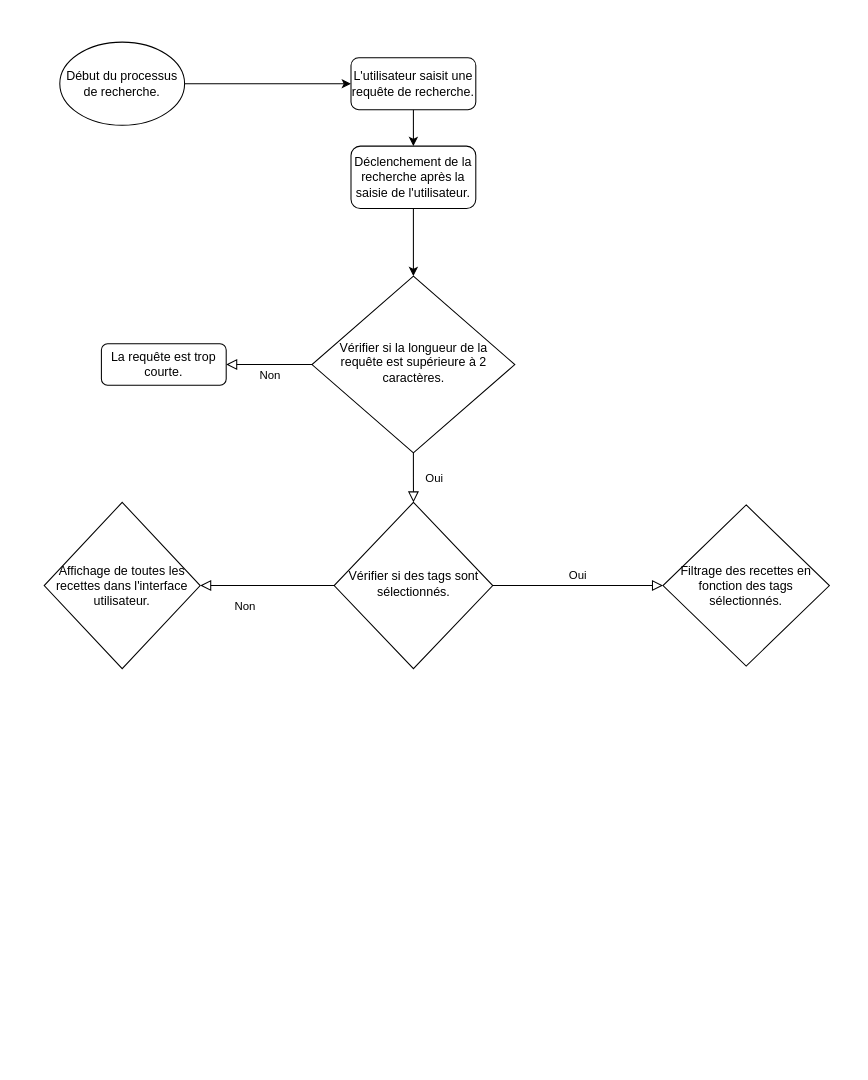
PuenaruIonutMarian/LesPetitsPlats keeps this draw.io diagram as Untitled Diagram.drawio. Above is the earlier version. Source tidied: cells renumbered, new cells numbered last; positions are measured from the earlier drawing's top-left corner, leaving out a move shared by most shapes. Both pictures are drawn from the tidied source at 104%, with x=0, y=0 at pixel (44, 42).
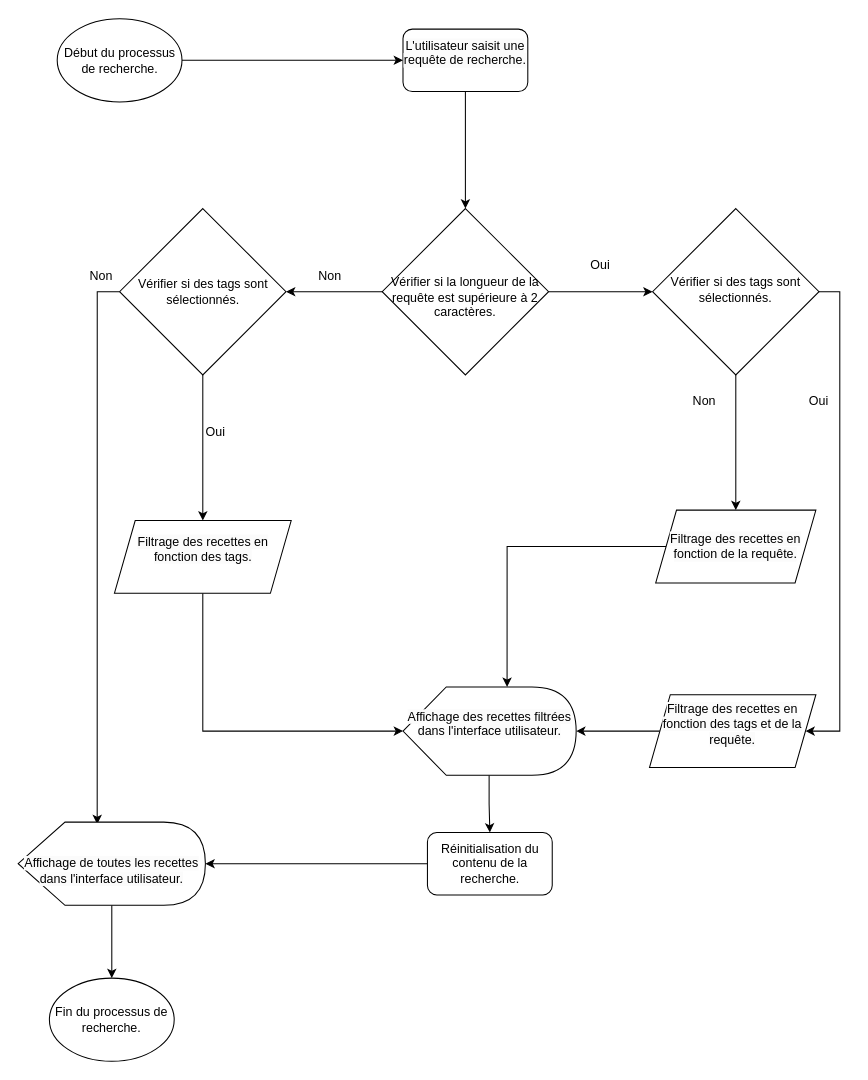
Above is the later version.

Diff of the diagram source:
```diff
@@
-    <mxCell id="2" style="edgeStyle=orthogonalEdgeStyle;rounded=0;jettySize=auto;html=1;" parent="1" edge="1" source="3" target="14">
-      <mxGeometry relative="1" as="geometry" />
-    </mxCell>
-    <mxCell id="3" value="L'utilisateur saisit une requête de recherche." style="rounded=1;whiteSpace=wrap;html=1;fontSize=12;glass=0;strokeWidth=1;shadow=0;" parent="1" vertex="1">
-      <mxGeometry x="295" y="15" width="120" height="50" as="geometry" />
-    </mxCell>
-    <mxCell id="4" value="Oui" style="rounded=0;html=1;jettySize=auto;fontSize=11;endArrow=block;endFill=0;endSize=8;strokeWidth=1;shadow=0;labelBackgroundColor=none;edgeStyle=orthogonalEdgeStyle;" parent="1" edge="1" source="6" target="10">
-      <mxGeometry y="20" relative="1" as="geometry" />
+    <mxCell id="4" style="edgeStyle=orthogonalEdgeStyle;rounded=0;jettySize=auto;html=1;entryX=0;entryY=0.5;entryDx=0;entryDy=0;" parent="1" edge="1" source="6" target="10">
+      <mxGeometry relative="1" as="geometry" />
     </mxCell>
-    <mxCell id="5" value="Non" style="edgeStyle=orthogonalEdgeStyle;rounded=0;html=1;jettySize=auto;fontSize=11;endArrow=block;endFill=0;endSize=8;strokeWidth=1;shadow=0;labelBackgroundColor=none;" parent="1" edge="1" source="6" target="7">
-      <mxGeometry y="10" relative="1" as="geometry" />
-    </mxCell>
+    <mxCell id="17" style="edgeStyle=orthogonalEdgeStyle;rounded=0;jettySize=auto;html=1;" parent="1" edge="1" source="6" target="24">
+      <mxGeometry relative="1" as="geometry" />
+    </mxCell>
-    <mxCell id="6" value="Vérifier si la longueur de la requête est supérieure à 2 caractères." style="rhombus;whiteSpace=wrap;html=1;shadow=0;fontFamily=Helvetica;fontSize=12;align=center;strokeWidth=1;spacing=6;spacingTop=-4;" parent="1" vertex="1">
-      <mxGeometry x="257.5" y="225" width="195" height="170" as="geometry" />
+    <mxCell id="6" value="&lt;br&gt;Vérifier si la longueur de la requête est supérieure à 2 caractères." style="rhombus;whiteSpace=wrap;html=1;shadow=0;fontFamily=Helvetica;fontSize=12;align=center;strokeWidth=1;spacing=6;spacingTop=-4;" parent="1" vertex="1">
+      <mxGeometry x="325" y="160" width="160" height="160" as="geometry" />
     </mxCell>
-    <mxCell id="7" value="La requête est trop courte." style="rounded=1;whiteSpace=wrap;html=1;fontSize=12;glass=0;strokeWidth=1;shadow=0;" parent="1" vertex="1">
-      <mxGeometry x="55" y="290" width="120" height="40" as="geometry" />
-    </mxCell>
-    <mxCell id="8" value="Non" style="rounded=0;html=1;jettySize=auto;fontSize=11;endArrow=block;endFill=0;endSize=8;strokeWidth=1;shadow=0;labelBackgroundColor=none;edgeStyle=orthogonalEdgeStyle;entryX=1;entryY=0.5;entryDx=0;entryDy=0;" parent="1" edge="1" source="10" target="16">
-      <mxGeometry x="0.34" y="20" relative="1" as="geometry" />
-    </mxCell>
-    <mxCell id="9" value="Oui" style="edgeStyle=orthogonalEdgeStyle;rounded=0;html=1;jettySize=auto;fontSize=11;endArrow=block;endFill=0;endSize=8;strokeWidth=1;shadow=0;labelBackgroundColor=none;" parent="1" edge="1" source="10" target="15">
-      <mxGeometry y="10" relative="1" as="geometry" />
-    </mxCell>
+    <mxCell id="18" style="edgeStyle=orthogonalEdgeStyle;rounded=0;jettySize=auto;html=1;" parent="1" edge="1" source="10" target="33">
+      <mxGeometry relative="1" as="geometry" />
+    </mxCell>
+    <mxCell id="19" style="edgeStyle=orthogonalEdgeStyle;rounded=0;jettySize=auto;html=1;entryX=1;entryY=0.5;entryDx=0;entryDy=0;exitX=1;exitY=0.5;exitDx=0;exitDy=0;" parent="1" edge="1" source="10" target="31">
+      <mxGeometry relative="1" as="geometry">
+        <Array as="points">
+          <mxPoint x="765" y="240" />
+          <mxPoint x="765" y="663" />
+        </Array>
+      </mxGeometry>
+    </mxCell>
     <mxCell id="10" value="Vérifier si des tags sont sélectionnés." style="rhombus;whiteSpace=wrap;html=1;shadow=0;fontFamily=Helvetica;fontSize=12;align=center;strokeWidth=1;spacing=6;spacingTop=-4;" parent="1" vertex="1">
-      <mxGeometry x="278.8" y="442.5" width="152.5" height="160" as="geometry" />
+      <mxGeometry x="585" y="160" width="160" height="160" as="geometry" />
     </mxCell>
-    <mxCell id="11" style="edgeStyle=orthogonalEdgeStyle;rounded=0;jettySize=auto;html=1;" parent="1" edge="1" source="12" target="3">
+    <mxCell id="11" style="edgeStyle=orthogonalEdgeStyle;rounded=0;jettySize=auto;html=1;entryX=0;entryY=0.5;entryDx=0;entryDy=0;" parent="1" edge="1" source="12" target="3">
       <mxGeometry relative="1" as="geometry" />
     </mxCell>
     <mxCell id="12" value="Début du processus de recherche." style="ellipse;whiteSpace=wrap;html=1;" parent="1" vertex="1">
-      <mxGeometry x="15" width="120" height="80" as="geometry" />
+      <mxGeometry x="12.5" y="-22.5" width="120" height="80" as="geometry" />
     </mxCell>
-    <mxCell id="13" style="edgeStyle=orthogonalEdgeStyle;rounded=0;jettySize=auto;html=1;" parent="1" edge="1" source="14" target="6">
-      <mxGeometry relative="1" as="geometry" />
-    </mxCell>
-    <mxCell id="14" value="Déclenchement de la recherche après la saisie de l'utilisateur." style="rounded=1;whiteSpace=wrap;html=1;" parent="1" vertex="1">
-      <mxGeometry x="295" y="100" width="120" height="60" as="geometry" />
-    </mxCell>
-    <mxCell id="15" value="Filtrage des recettes en fonction des tags sélectionnés." style="rhombus;whiteSpace=wrap;html=1;" parent="1" vertex="1">
-      <mxGeometry x="595" y="445" width="160" height="155" as="geometry" />
-    </mxCell>
+    <mxCell id="20" style="edgeStyle=orthogonalEdgeStyle;rounded=0;jettySize=auto;html=1;exitX=0;exitY=0;exitDx=82.8125;exitDy=85;exitPerimeter=0;" parent="1" edge="1" source="41" target="35">
+      <mxGeometry relative="1" as="geometry" />
+    </mxCell>
+    <mxCell id="21" value="Oui" style="text;html=1;strokeColor=none;fillColor=none;align=center;verticalAlign=middle;whiteSpace=wrap;rounded=0;" parent="1" vertex="1">
+      <mxGeometry x="135" y="360" width="60" height="30" as="geometry" />
+    </mxCell>
+    <mxCell id="22" style="edgeStyle=orthogonalEdgeStyle;rounded=0;jettySize=auto;html=1;entryX=0.5;entryY=0;entryDx=0;entryDy=0;" parent="1" edge="1" source="24" target="29">
+      <mxGeometry relative="1" as="geometry" />
+    </mxCell>
+    <mxCell id="23" style="edgeStyle=orthogonalEdgeStyle;rounded=0;jettySize=auto;html=1;exitX=0;exitY=0.5;exitDx=0;exitDy=0;entryX=0.422;entryY=0.025;entryDx=0;entryDy=0;entryPerimeter=0;" parent="1" edge="1" source="24" target="16">
+      <mxGeometry relative="1" as="geometry" />
+    </mxCell>
+    <mxCell id="24" value="Vérifier si des tags sont sélectionnés." style="rhombus;whiteSpace=wrap;html=1;" parent="1" vertex="1">
+      <mxGeometry x="72.5" y="160" width="160" height="160" as="geometry" />
+    </mxCell>
+    <mxCell id="25" value="Non" style="text;html=1;strokeColor=none;fillColor=none;align=center;verticalAlign=middle;whiteSpace=wrap;rounded=0;" parent="1" vertex="1">
+      <mxGeometry x="245" y="210" width="60" height="30" as="geometry" />
+    </mxCell>
+    <mxCell id="26" style="edgeStyle=orthogonalEdgeStyle;rounded=0;jettySize=auto;html=1;entryX=0;entryY=0.5;entryDx=0;entryDy=0;entryPerimeter=0;exitX=0.5;exitY=1;exitDx=0;exitDy=0;" parent="1" edge="1" source="29" target="41">
+      <mxGeometry relative="1" as="geometry" />
+    </mxCell>
+    <mxCell id="27" value="Non" style="text;html=1;strokeColor=none;fillColor=none;align=center;verticalAlign=middle;whiteSpace=wrap;rounded=0;" parent="1" vertex="1">
+      <mxGeometry x="25" y="210" width="60" height="30" as="geometry" />
+    </mxCell>
+    <mxCell id="28" value="Oui" style="text;html=1;strokeColor=none;fillColor=none;align=center;verticalAlign=middle;whiteSpace=wrap;rounded=0;" parent="1" vertex="1">
+      <mxGeometry x="505" y="200" width="60" height="30" as="geometry" />
+    </mxCell>
+    <mxCell id="29" value="&#10;&lt;span style=&quot;color: rgb(0, 0, 0); font-family: Helvetica; font-size: 12px; font-style: normal; font-variant-ligatures: normal; font-variant-caps: normal; font-weight: 400; letter-spacing: normal; orphans: 2; text-align: center; text-indent: 0px; text-transform: none; widows: 2; word-spacing: 0px; -webkit-text-stroke-width: 0px; background-color: rgb(251, 251, 251); text-decoration-thickness: initial; text-decoration-style: initial; text-decoration-color: initial; float: none; display: inline !important;&quot;&gt;Filtrage des recettes en fonction des tags.&lt;/span&gt;&#10;&#10;" style="shape=parallelogram;perimeter=parallelogramPerimeter;whiteSpace=wrap;html=1;fixedSize=1;" parent="1" vertex="1">
+      <mxGeometry x="67.5" y="460" width="170" height="70" as="geometry" />
+    </mxCell>
+    <mxCell id="30" style="edgeStyle=orthogonalEdgeStyle;rounded=0;jettySize=auto;html=1;" parent="1" edge="1" source="31" target="41">
+      <mxGeometry relative="1" as="geometry" />
+    </mxCell>
+    <mxCell id="31" value="&#10;&lt;span style=&quot;color: rgb(0, 0, 0); font-family: Helvetica; font-size: 12px; font-style: normal; font-variant-ligatures: normal; font-variant-caps: normal; font-weight: 400; letter-spacing: normal; orphans: 2; text-align: center; text-indent: 0px; text-transform: none; widows: 2; word-spacing: 0px; -webkit-text-stroke-width: 0px; background-color: rgb(251, 251, 251); text-decoration-thickness: initial; text-decoration-style: initial; text-decoration-color: initial; float: none; display: inline !important;&quot;&gt;Filtrage des recettes en fonction des tags et de la requête.&lt;/span&gt;&#10;&#10;" style="shape=parallelogram;perimeter=parallelogramPerimeter;whiteSpace=wrap;html=1;fixedSize=1;" parent="1" vertex="1">
+      <mxGeometry x="582" y="627.5" width="160" height="70" as="geometry" />
+    </mxCell>
+    <mxCell id="32" style="edgeStyle=orthogonalEdgeStyle;rounded=0;jettySize=auto;html=1;entryX=0.601;entryY=0;entryDx=0;entryDy=0;entryPerimeter=0;" parent="1" edge="1" source="33" target="41">
+      <mxGeometry relative="1" as="geometry">
+        <Array as="points">
+          <mxPoint x="445" y="485" />
+        </Array>
+      </mxGeometry>
+    </mxCell>
+    <mxCell id="33" value="&#10;&lt;br style=&quot;border-color: var(--border-color); color: rgb(0, 0, 0); font-family: Helvetica; font-size: 12px; font-style: normal; font-variant-ligatures: normal; font-variant-caps: normal; font-weight: 400; letter-spacing: normal; orphans: 2; text-align: center; text-indent: 0px; text-transform: none; widows: 2; word-spacing: 0px; -webkit-text-stroke-width: 0px; background-color: rgb(251, 251, 251); text-decoration-thickness: initial; text-decoration-style: initial; text-decoration-color: initial;&quot;&gt;&lt;span style=&quot;border-color: var(--border-color); color: rgb(0, 0, 0); font-family: Helvetica; font-size: 12px; font-style: normal; font-variant-ligatures: normal; font-variant-caps: normal; font-weight: 400; letter-spacing: normal; orphans: 2; text-align: center; text-indent: 0px; text-transform: none; widows: 2; word-spacing: 0px; -webkit-text-stroke-width: 0px; text-decoration-thickness: initial; text-decoration-style: initial; text-decoration-color: initial; background-color: rgb(251, 251, 251); float: none; display: inline !important;&quot;&gt;Filtrage des recettes en fonction de la requête.&lt;/span&gt;&lt;br style=&quot;border-color: var(--border-color); color: rgb(0, 0, 0); font-family: Helvetica; font-size: 12px; font-style: normal; font-variant-ligatures: normal; font-variant-caps: normal; font-weight: 400; letter-spacing: normal; orphans: 2; text-align: center; text-indent: 0px; text-transform: none; widows: 2; word-spacing: 0px; -webkit-text-stroke-width: 0px; background-color: rgb(251, 251, 251); text-decoration-thickness: initial; text-decoration-style: initial; text-decoration-color: initial;&quot;&gt;&#10;&#10;" style="shape=parallelogram;perimeter=parallelogramPerimeter;whiteSpace=wrap;html=1;fixedSize=1;" parent="1" vertex="1">
+      <mxGeometry x="588" y="450" width="154" height="70" as="geometry" />
+    </mxCell>
+    <mxCell id="34" style="edgeStyle=orthogonalEdgeStyle;rounded=0;jettySize=auto;html=1;entryX=1;entryY=0.5;entryDx=0;entryDy=0;entryPerimeter=0;" parent="1" edge="1" source="35" target="16">
+      <mxGeometry relative="1" as="geometry" />
+    </mxCell>
+    <mxCell id="35" value="Réinitialisation du contenu de la recherche." style="rounded=1;whiteSpace=wrap;html=1;" parent="1" vertex="1">
+      <mxGeometry x="368.5" y="760" width="120" height="60" as="geometry" />
+    </mxCell>
+    <mxCell id="36" value="Fin du processus de recherche." style="ellipse;whiteSpace=wrap;html=1;" parent="1" vertex="1">
+      <mxGeometry x="5" y="900" width="120" height="80" as="geometry" />
+    </mxCell>
+    <mxCell id="37" style="edgeStyle=orthogonalEdgeStyle;rounded=0;jettySize=auto;html=1;" parent="1" edge="1" source="3" target="6">
+      <mxGeometry relative="1" as="geometry" />
+    </mxCell>
+    <mxCell id="3" value="&#10;&lt;span style=&quot;color: rgb(0, 0, 0); font-family: Helvetica; font-size: 12px; font-style: normal; font-variant-ligatures: normal; font-variant-caps: normal; font-weight: 400; letter-spacing: normal; orphans: 2; text-align: center; text-indent: 0px; text-transform: none; widows: 2; word-spacing: 0px; -webkit-text-stroke-width: 0px; background-color: rgb(251, 251, 251); text-decoration-thickness: initial; text-decoration-style: initial; text-decoration-color: initial; float: none; display: inline !important;&quot;&gt;L'utilisateur saisit une requête de recherche.&lt;/span&gt;&#10;&#10;" style="rounded=1;whiteSpace=wrap;html=1;" parent="1" vertex="1">
+      <mxGeometry x="345" y="-12.5" width="120" height="60" as="geometry" />
+    </mxCell>
+    <mxCell id="38" value="Oui" style="text;html=1;strokeColor=none;fillColor=none;align=center;verticalAlign=middle;whiteSpace=wrap;rounded=0;" parent="1" vertex="1">
+      <mxGeometry x="715" y="330" width="60" height="30" as="geometry" />
+    </mxCell>
+    <mxCell id="39" value="Non" style="text;html=1;strokeColor=none;fillColor=none;align=center;verticalAlign=middle;whiteSpace=wrap;rounded=0;" parent="1" vertex="1">
+      <mxGeometry x="605" y="330" width="60" height="30" as="geometry" />
+    </mxCell>
+    <mxCell id="40" style="edgeStyle=orthogonalEdgeStyle;rounded=0;jettySize=auto;html=1;" parent="1" edge="1" source="16" target="36">
+      <mxGeometry relative="1" as="geometry" />
+    </mxCell>
-    <mxCell id="16" value="Affichage de toutes les recettes dans l'interface utilisateur." style="rhombus;whiteSpace=wrap;html=1;" parent="1" vertex="1">
-      <mxGeometry y="442.5" width="150" height="160" as="geometry" />
+    <mxCell id="16" value="&lt;br&gt;&lt;span style=&quot;color: rgb(0, 0, 0); font-family: Helvetica; font-size: 12px; font-style: normal; font-variant-ligatures: normal; font-variant-caps: normal; font-weight: 400; letter-spacing: normal; orphans: 2; text-align: center; text-indent: 0px; text-transform: none; widows: 2; word-spacing: 0px; -webkit-text-stroke-width: 0px; background-color: rgb(251, 251, 251); text-decoration-thickness: initial; text-decoration-style: initial; text-decoration-color: initial; float: none; display: inline !important;&quot;&gt;Affichage de toutes les recettes dans l'interface utilisateur.&lt;/span&gt;" style="shape=display;whiteSpace=wrap;html=1;" parent="1" vertex="1">
+      <mxGeometry x="-25" y="750" width="180" height="80" as="geometry" />
     </mxCell>
+    <mxCell id="41" value="&#10;&lt;span style=&quot;color: rgb(0, 0, 0); font-family: Helvetica; font-size: 12px; font-style: normal; font-variant-ligatures: normal; font-variant-caps: normal; font-weight: 400; letter-spacing: normal; orphans: 2; text-align: center; text-indent: 0px; text-transform: none; widows: 2; word-spacing: 0px; -webkit-text-stroke-width: 0px; background-color: rgb(251, 251, 251); text-decoration-thickness: initial; text-decoration-style: initial; text-decoration-color: initial; float: none; display: inline !important;&quot;&gt;Affichage des recettes filtrées dans l'interface utilisateur.&lt;/span&gt;&#10;&#10;" style="shape=display;whiteSpace=wrap;html=1;" parent="1" vertex="1">
+      <mxGeometry x="345" y="620" width="166.5" height="85" as="geometry" />
+    </mxCell>
```
